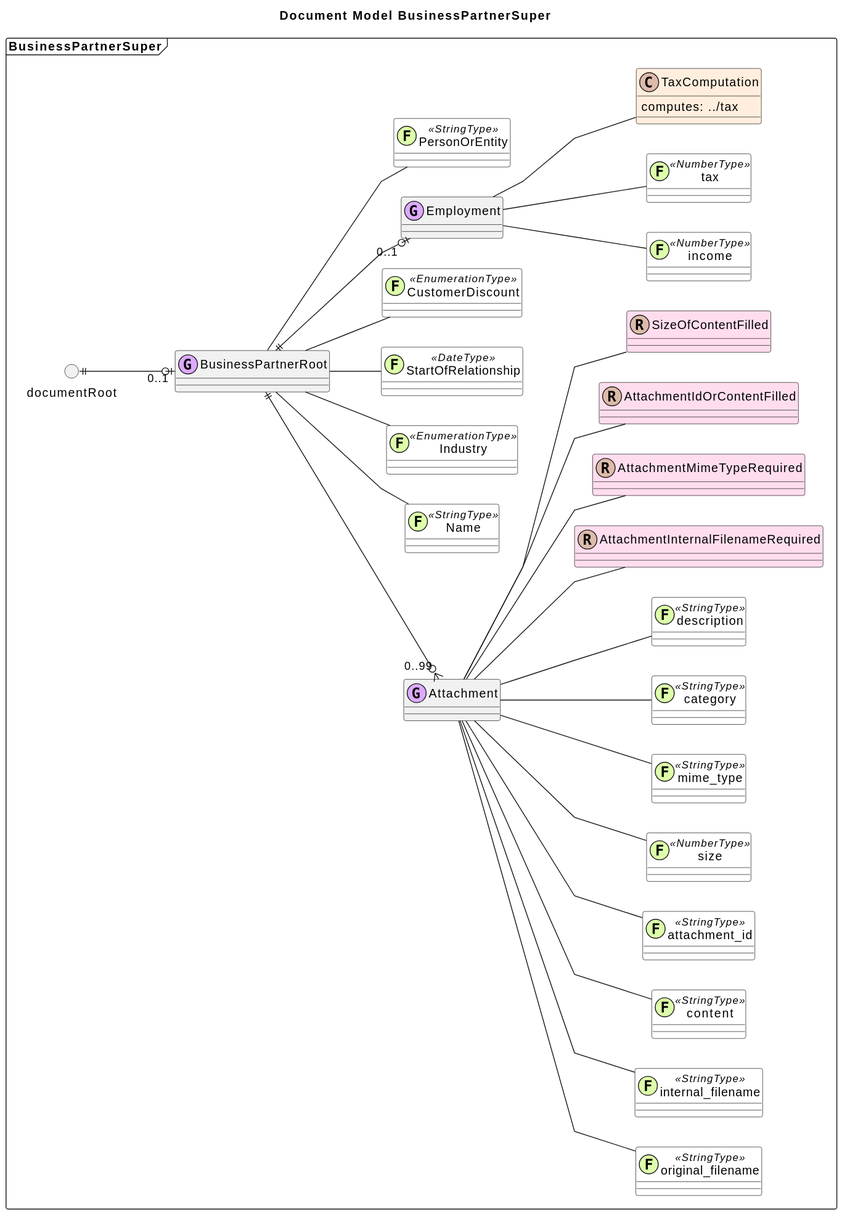
The PlantUML diagram dataservices-test-resources/src/main/resources/diagrams/images/BusinessPartnerSuper.svg in mgm-tp/a12-dataservices, before a commit. Its source is kept beside it as dataservices-test-resources/src/main/resources/diagrams/generated/BusinessPartnerSuper.puml. The source it was exported from:
```plantuml
@startuml

!procedure group(x)
class x << (G,#DDAAFF) >>
!endprocedure

!procedure cdmGroup(x)
group(x) #DDEEFF
!endprocedure

!procedure field(x)
class x << (F,#DDFFAA) >> #White
!endprocedure

!procedure embeddedField(name, type, fieldType)
name <<type>>: fieldType
!endprocedure

!procedure rule(x)
class x << (R,#DDBBAA) >> #FFDDEE
!endprocedure

!procedure embeddedRule(name, type)
<back:FFDDEE>name() <<type>></back>
!endprocedure

!procedure embeddedRule(name, type, $errorCondition)
.. <back:FFDDEE> name <<type>> </back> ..
<back:FFDDEE>errorCondition:</back> $errorCondition
!endprocedure

!procedure computation(x)
class x << (C,#DDBBAA) >> #FFEEDD
!endprocedure

!procedure computationAlternative($operation, $precondition)
.. alternative ..
operation: $operation
precondition: $precondition
!endprocedure

!procedure embeddedComputation(name, type, $operation, $precondition)
.. <back:FFEEDD> name <<type>> </back> ..
<back:FFEEDD>operation:</back> $operation
<back:FFEEDD>precondition:</back> $precondition
!endprocedure

!procedure document(x)
class x << (D,#AADDBB) >> #PowderBlue
!endprocedure

!procedure embeddedComputation(name, type )
<back:FFEEDD>name() <<type>></back>
!endprocedure

!procedure linkDocument(x)
class x << (L,#AADDFF) >> #PeachPuff
!endprocedure

!procedure linkGroup(x)
group(x) #PeachPuff
!endprocedure

!procedure relLink($name,$rmId,$link1,$link2,$ld="")
circle $name as $rmId #PeachPuff
$rmId $link1
$rmId $link2
!if $ld!=""
$rmId -[#IndianRed]right $ld: <<linkDocument>>
linkDocument($ld)
!endif
!endprocedure

skinparam linetype polyline
left to right direction

title Document Model BusinessPartnerSuper

package "BusinessPartnerSuper" as BusinessPartnerSuper <<Frame>> {
	() "documentRoot" as BusinessPartnerSuperDocumentRoot
	group('"BusinessPartnerRoot" as group_36405')
	group('"Attachment" as G77')
	field('"original_filename" as F21 <<StringType>>')
	G77 -- F21
	field('"internal_filename" as F22 <<StringType>>')
	G77 -- F22
	field('"content" as F23 <<StringType>>')
	G77 -- F23
	field('"attachment_id" as F24 <<StringType>>')
	G77 -- F24
	field('"size" as F25 <<NumberType>>')
	G77 -- F25
	field('"mime_type" as F26 <<StringType>>')
	G77 -- F26
	field('"category" as F27 <<StringType>>')
	G77 -- F27
	field('"description" as F28 <<StringType>>')
	G77 -- F28
	rule('"AttachmentInternalFilenameRequired" as R29') {
}
	G77 -- R29
	rule('"AttachmentMimeTypeRequired" as R30') {
}
	G77 -- R30
	rule('"AttachmentIdOrContentFilled" as R31') {
}
	G77 -- R31
	rule('"SizeOfContentFilled" as R32') {
}
	G77 -- R32

	group_36405 ||--o{ "0..99" G77
	field('"Name" as field_fe6b2 <<StringType>>')
	group_36405 -- field_fe6b2
	field('"Industry" as field_d6580 <<EnumerationType>>')
	group_36405 -- field_d6580
	field('"StartOfRelationship" as field_663d2 <<DateType>>')
	group_36405 -- field_663d2
	field('"CustomerDiscount" as field_74a24 <<EnumerationType>>')
	group_36405 -- field_74a24
	group('"Employment" as G2')
	field('"income" as field_3920 <<NumberType>>')
	G2 -- field_3920
	field('"tax" as field_1c326 <<NumberType>>')
	G2 -- field_1c326
	computation('"TaxComputation" as computation_8a180') {
computes: ../tax
}
	G2 -- computation_8a180

	group_36405 ||--o| "0..1" G2
	field('"PersonOrEntity" as field_114de <<StringType>>')
	group_36405 -- field_114de

	BusinessPartnerSuperDocumentRoot ||--o| "0..1" group_36405

}
@enduml
```
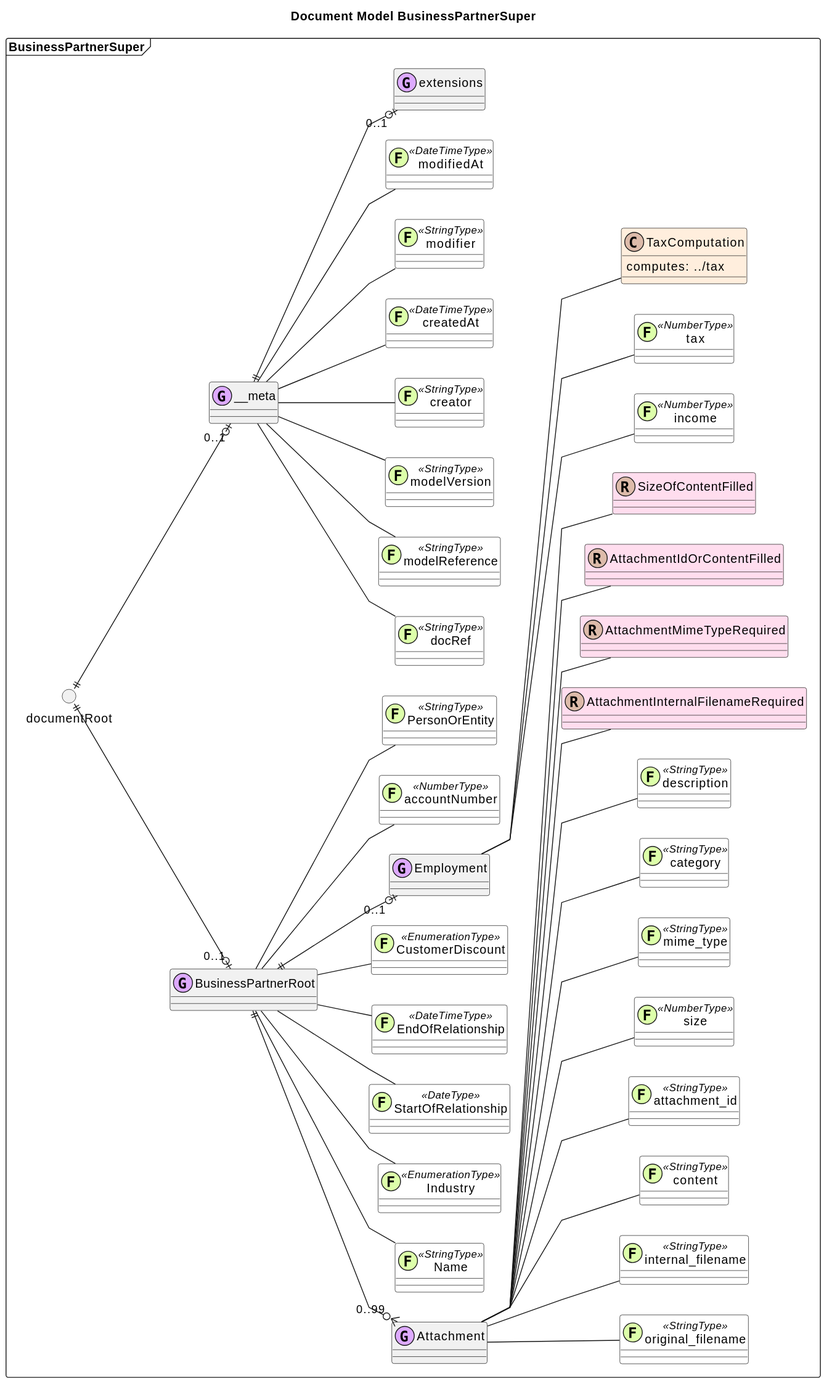
The same file after the commit.

The edit, as a diff of the source:
```diff
@@ -116,6 +116,8 @@
 	group_36405 -- field_d6580
 	field('"StartOfRelationship" as field_663d2 <<DateType>>')
 	group_36405 -- field_663d2
+	field('"EndOfRelationship" as field_663d3 <<DateTimeType>>')
+	group_36405 -- field_663d3
 	field('"CustomerDiscount" as field_74a24 <<EnumerationType>>')
 	group_36405 -- field_74a24
 	group('"Employment" as G2')
@@ -129,10 +131,33 @@
 	G2 -- computation_8a180
 
 	group_36405 ||--o| "0..1" G2
+	field('"accountNumber" as field_5dsk4 <<NumberType>>')
+	group_36405 -- field_5dsk4
 	field('"PersonOrEntity" as field_114de <<StringType>>')
 	group_36405 -- field_114de
 
 	BusinessPartnerSuperDocumentRoot ||--o| "0..1" group_36405
 
+	group('"__meta" as abc6a6767a60488754aace2accb73824_group_8f4b1')
+	field('"docRef" as abc6a6767a60488754aace2accb73824_field_1169c <<StringType>>')
+	abc6a6767a60488754aace2accb73824_group_8f4b1 -- abc6a6767a60488754aace2accb73824_field_1169c
+	field('"modelReference" as abc6a6767a60488754aace2accb73824_field_cfb40 <<StringType>>')
+	abc6a6767a60488754aace2accb73824_group_8f4b1 -- abc6a6767a60488754aace2accb73824_field_cfb40
+	field('"modelVersion" as abc6a6767a60488754aace2accb73824_field_17e3b <<StringType>>')
+	abc6a6767a60488754aace2accb73824_group_8f4b1 -- abc6a6767a60488754aace2accb73824_field_17e3b
+	field('"creator" as abc6a6767a60488754aace2accb73824_field_cdaf9 <<StringType>>')
+	abc6a6767a60488754aace2accb73824_group_8f4b1 -- abc6a6767a60488754aace2accb73824_field_cdaf9
+	field('"createdAt" as abc6a6767a60488754aace2accb73824_field_65672 <<DateTimeType>>')
+	abc6a6767a60488754aace2accb73824_group_8f4b1 -- abc6a6767a60488754aace2accb73824_field_65672
+	field('"modifier" as abc6a6767a60488754aace2accb73824_field_1fa32 <<StringType>>')
+	abc6a6767a60488754aace2accb73824_group_8f4b1 -- abc6a6767a60488754aace2accb73824_field_1fa32
+	field('"modifiedAt" as abc6a6767a60488754aace2accb73824_field_5cd66 <<DateTimeType>>')
+	abc6a6767a60488754aace2accb73824_group_8f4b1 -- abc6a6767a60488754aace2accb73824_field_5cd66
+	group('"extensions" as abc6a6767a60488754aace2accb73824_group_4c9a1')
+
+	abc6a6767a60488754aace2accb73824_group_8f4b1 ||--o| "0..1" abc6a6767a60488754aace2accb73824_group_4c9a1
+
+	BusinessPartnerSuperDocumentRoot ||--o| "0..1" abc6a6767a60488754aace2accb73824_group_8f4b1
+
 }
 @enduml
```
